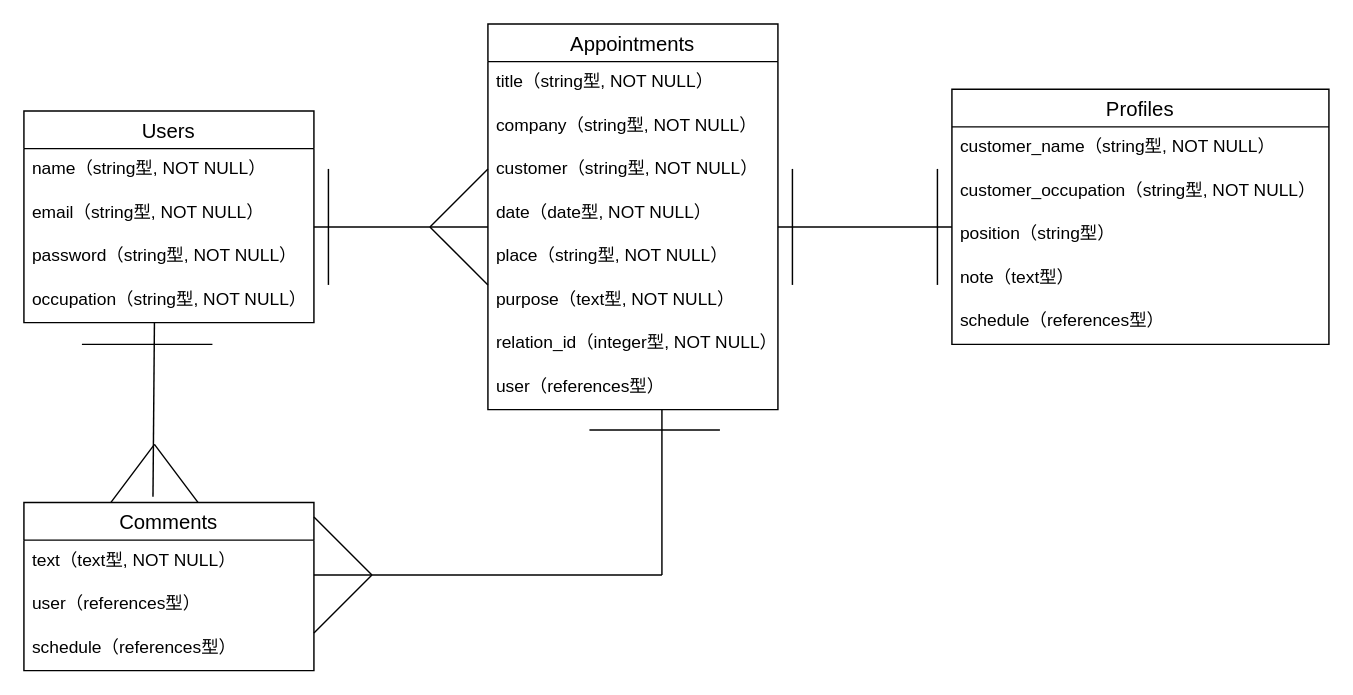
Above: apoinfo.dio in ryo924/apoinfo (draw.io), before the change. Source tidied: cells renumbered, new cells numbered last; positions are measured from the earlier drawing's top-left corner, leaving out a move shared by most shapes. Both pictures are drawn from the tidied source at 145%, with x=0, y=0 at pixel (23, 23).
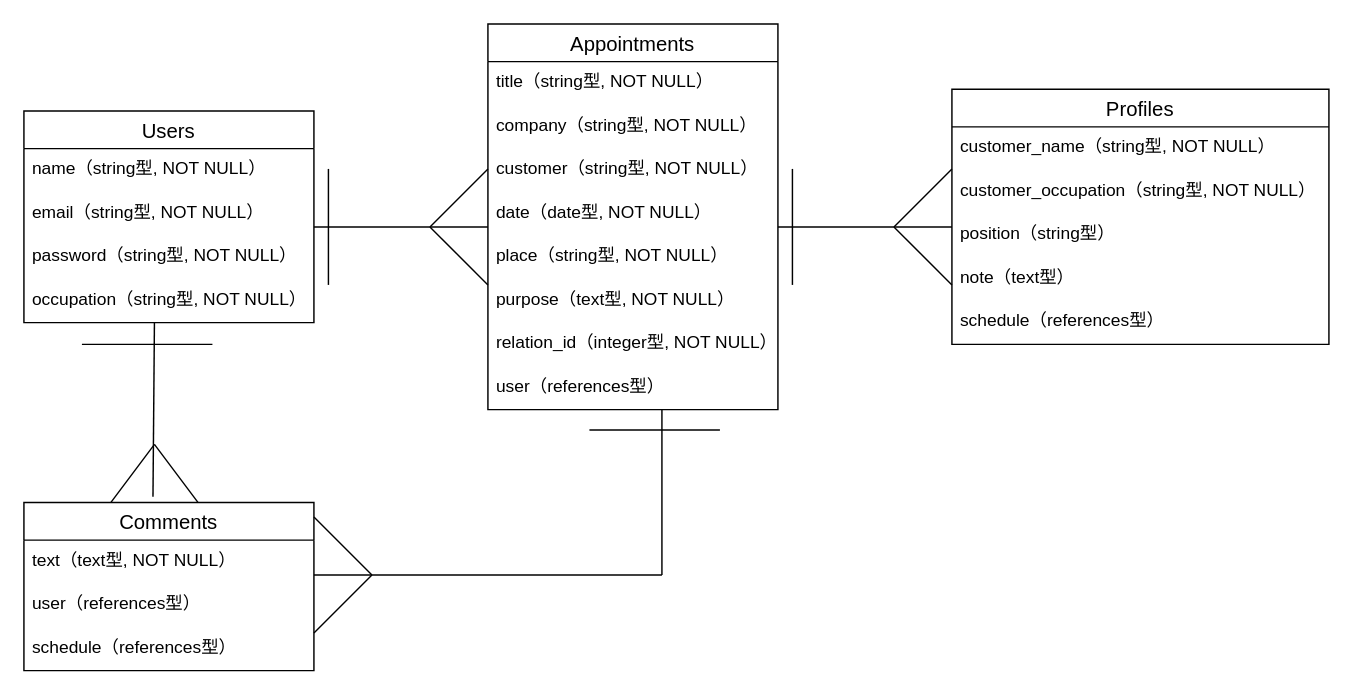
The same diagram, later.

What changed in the source:
```diff
@@
-    <mxCell id="31" style="endArrow=none;html=1;rounded=0;" parent="1" edge="1">
-      <mxGeometry relative="1" as="geometry">
-        <mxPoint x="630" y="100" as="sourcePoint" />
-        <mxPoint x="630" y="180" as="targetPoint" />
-      </mxGeometry>
-    </mxCell>
@@
+    <mxCell id="42" style="endArrow=none;html=1;rounded=0;" parent="1" edge="1">
+      <mxGeometry relative="1" as="geometry">
+        <mxPoint x="600" y="140" as="sourcePoint" />
+        <mxPoint x="640" y="100" as="targetPoint" />
+      </mxGeometry>
+    </mxCell>
+    <mxCell id="43" style="endArrow=none;html=1;rounded=0;" parent="1" edge="1">
+      <mxGeometry relative="1" as="geometry">
+        <mxPoint x="600" y="140" as="sourcePoint" />
+        <mxPoint x="640" y="180" as="targetPoint" />
+      </mxGeometry>
+    </mxCell>
```
